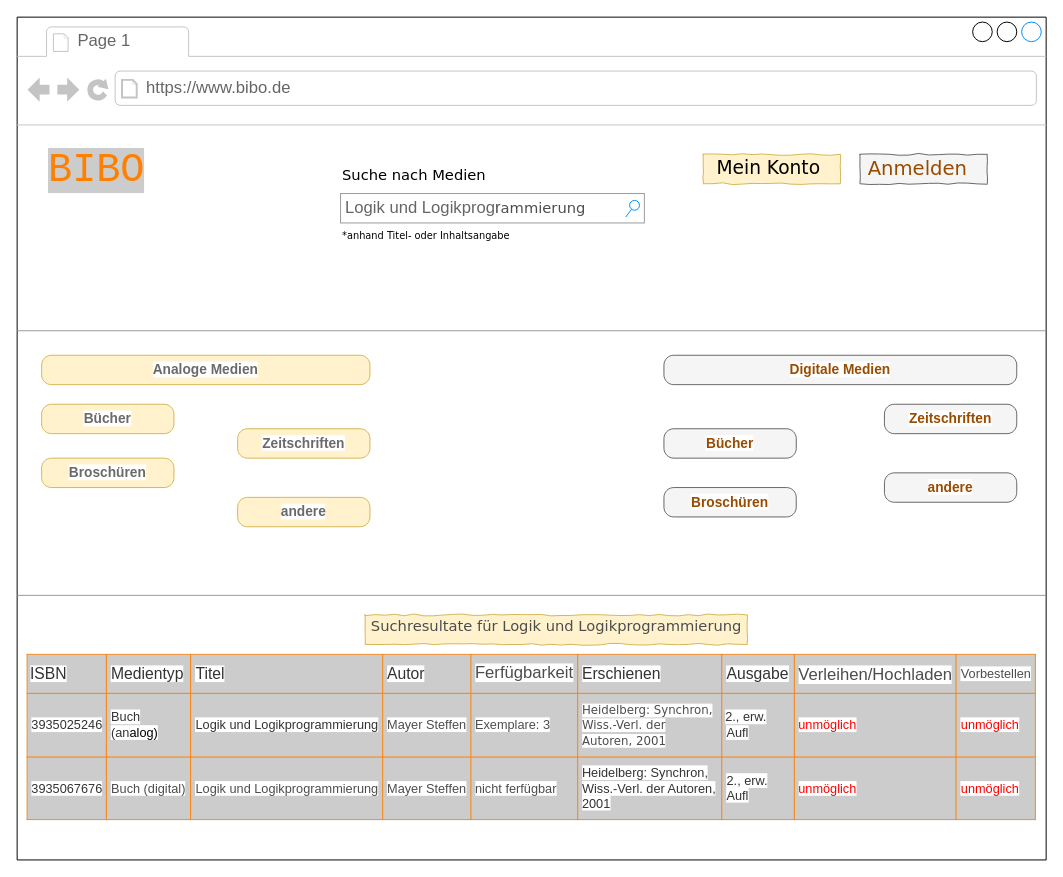
This is 3_Lasten_Pflichtenheft/Pflichtenheft/GUI imgs/Suchаnfrаgen vom Gаst oder unаngem. Benutzer.drawio from mostermann96/SWT2, a draw.io file, before an edit. Source tidied: cells renumbered, new cells numbered last; positions are measured from the earlier drawing's top-left corner, leaving out a move shared by most shapes. Both pictures are drawn from the tidied source at 98%, with x=0, y=0 at pixel (17, 17).
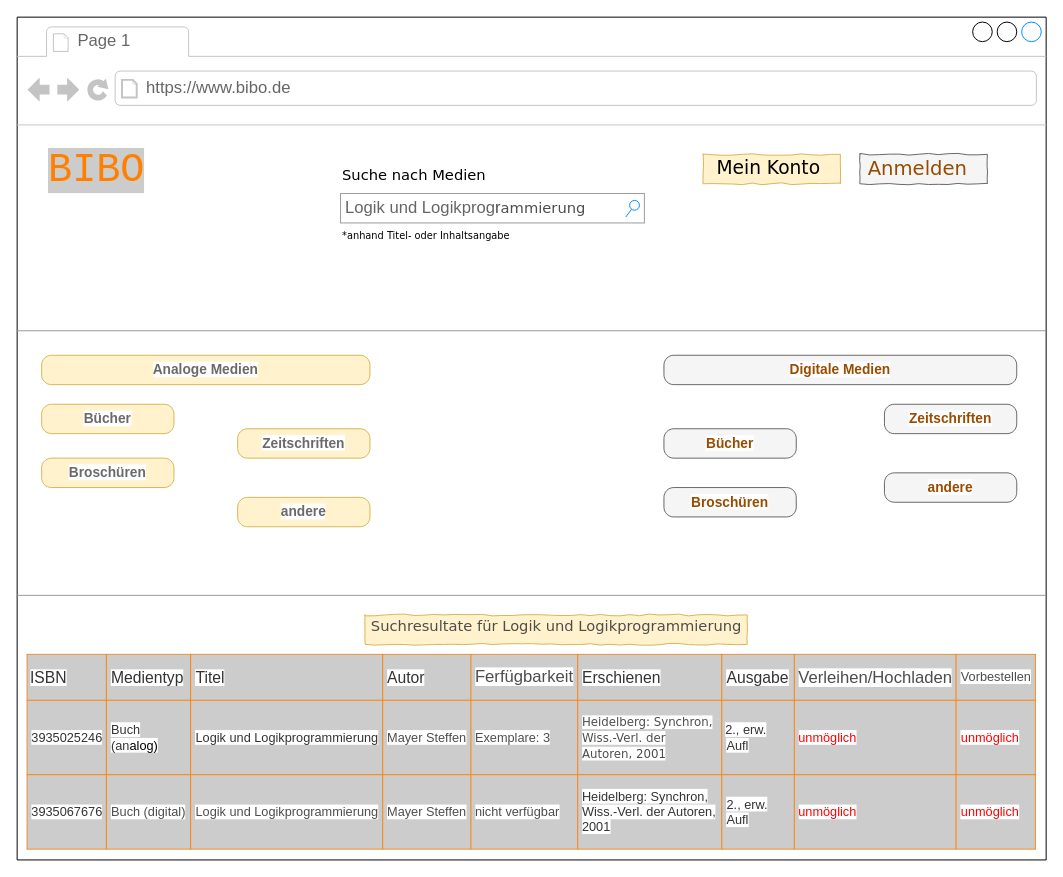
The same page after the edit.

Commit message (it also covers changes not shown here):
Kleine Berichtigungen in UI-Dias

The change refers to these unchanged cells:
```xml
<mxCell id="2" style="strokeWidth=1;shadow=0;dashed=0;align=center;html=1;shape=mxgraph.mockup.containers.browserWindow;rSize=0;mainText=,;rounded=0;labelBackgroundColor=none;fontFamily=Verdana;fontSize=12;" parent="1" vertex="1">
  <mxGeometry width="1050" height="860" as="geometry" />
</mxCell>
```

Diff of the diagram source:
```diff
@@
-    <mxCell id="24" value="&lt;table border=&quot;1&quot; width=&quot;100%&quot; cellpadding=&quot;4&quot; style=&quot;width: 100% ; height: 100% ; border-collapse: collapse ; background-color: rgb(204 , 204 , 204) ; border: 1px solid rgb(255 , 128 , 0)&quot;&gt;&lt;tbody style=&quot;font-size: 13px&quot;&gt;&lt;tr style=&quot;color: rgb(255 , 255 , 255)&quot;&gt;&lt;td style=&quot;text-indent: -2%&quot;&gt;&lt;font color=&quot;#333333&quot; face=&quot;VisSansBold, Helvetica, Arial, sans-serif&quot;&gt;&lt;span style=&quot;font-size: 16px ; white-space: normal ; background-color: rgb(255 , 255 , 255)&quot;&gt;ISBN&lt;/span&gt;&lt;/font&gt;&lt;br&gt;&lt;/td&gt;&lt;td&gt;&lt;span style=&quot;color: rgb(51 , 51 , 51) ; font-family: &amp;#34;vissansbold&amp;#34; , &amp;#34;helvetica&amp;#34; , &amp;#34;arial&amp;#34; , sans-serif ; font-size: 16px ; text-indent: -2% ; white-space: normal ; background-color: rgb(255 , 255 , 255)&quot;&gt;Medientyp&lt;/span&gt;&lt;br&gt;&lt;/td&gt;&lt;th align=&quot;left&quot;&gt;&lt;span style=&quot;color: rgb(51 , 51 , 51) ; font-family: &amp;#34;vissansbold&amp;#34; , &amp;#34;helvetica&amp;#34; , &amp;#34;arial&amp;#34; , sans-serif ; font-size: 16px ; font-weight: 400 ; text-indent: -2% ; white-space: normal ; background-color: rgb(255 , 255 , 255)&quot;&gt;Titel&lt;/span&gt;&lt;br&gt;&lt;/th&gt;&lt;th align=&quot;left&quot;&gt;&lt;font color=&quot;#333333&quot; face=&quot;VisSansBold, Helvetica, Arial, sans-serif&quot;&gt;&lt;span style=&quot;font-size: 16px ; font-weight: 400 ; white-space: normal ; background-color: rgb(255 , 255 , 255)&quot;&gt;Autor&lt;/span&gt;&lt;/font&gt;&lt;br&gt;&lt;/th&gt;&lt;th align=&quot;left&quot;&gt;&lt;font style=&quot;background-color: rgb(255 , 255 , 255) ; font-weight: normal ; font-size: 17px&quot; color=&quot;#4d4d4d&quot;&gt;Ferfügbarkeit&lt;/font&gt;&lt;/th&gt;&lt;td&gt;&lt;span style=&quot;color: rgb(51 , 51 , 51) ; font-family: &amp;#34;vissansbold&amp;#34; , &amp;#34;helvetica&amp;#34; , &amp;#34;arial&amp;#34; , sans-serif ; font-size: 16px ; text-indent: -2% ; white-space: normal ; background-color: rgb(255 , 255 , 255)&quot;&gt;Erschienen&lt;/span&gt;&lt;br&gt;&lt;/td&gt;&lt;td&gt;&lt;span style=&quot;color: rgb(51 , 51 , 51) ; font-family: &amp;#34;vissansbold&amp;#34; , &amp;#34;helvetica&amp;#34; , &amp;#34;arial&amp;#34; , sans-serif ; font-size: 16px ; text-indent: -2% ; white-space: normal ; background-color: rgb(255 , 255 , 255)&quot;&gt;Ausgabe&lt;/span&gt;&lt;br&gt;&lt;/td&gt;&lt;td&gt;&lt;font color=&quot;#4d4d4d&quot; style=&quot;background-color: rgb(255 , 255 , 255) ; font-size: 17px&quot;&gt;Verleihen/&lt;a href=&quot;https://www.google.ru/url?sa=t&amp;amp;rct=j&amp;amp;q=&amp;amp;esrc=s&amp;amp;source=web&amp;amp;cd=3&amp;amp;ved=2ahUKEwjd3rCshafmAhXLzqQKHeFkBQYQFjACegQIDBAG&amp;amp;url=https%3A%2F%2Fde.wikipedia.org%2Fwiki%2FHilfe%3AHochladen&amp;amp;usg=AOvVaw2GScPgjC7Z1DQhCU2mOQEb&quot; target=&quot;_blank&quot; style=&quot;cursor: pointer ; font-family: &amp;#34;arial&amp;#34; , sans-serif ; white-space: normal&quot;&gt;&lt;h3 class=&quot;LC20lb&quot; style=&quot;font-weight: normal ; margin: 0px ; padding: 0px ; display: inline-block ; line-height: 1.3&quot;&gt;&lt;span class=&quot;S3Uucc&quot; style=&quot;font-size: 17px&quot;&gt;&lt;font color=&quot;#4d4d4d&quot; style=&quot;font-size: 17px&quot;&gt;Hochladen&lt;/font&gt;&lt;/span&gt;&lt;/h3&gt;&lt;/a&gt;&lt;/font&gt;&lt;/td&gt;&lt;td&gt;&lt;font color=&quot;#4d4d4d&quot; style=&quot;background-color: rgb(255 , 255 , 255)&quot;&gt;Vorbestellen&lt;/font&gt;&lt;/td&gt;&lt;/tr&gt;&lt;tr style=&quot;font-size: 13px&quot;&gt;&lt;td&gt;&lt;span style=&quot;color: rgb(51 , 51 , 51) ; font-family: &amp;#34;vissansbook&amp;#34; , &amp;#34;helvetica&amp;#34; , &amp;#34;arial&amp;#34; , sans-serif ; text-indent: -2% ; white-space: normal ; background-color: rgb(255 , 255 , 255)&quot;&gt;&lt;font style=&quot;font-size: 13px&quot;&gt;3935025246&lt;/font&gt;&lt;/span&gt;&lt;br&gt;&lt;/td&gt;&lt;td&gt;&lt;span style=&quot;color: rgb(51 , 51 , 51) ; font-family: &amp;#34;vissansbook&amp;#34; , &amp;#34;helvetica&amp;#34; , &amp;#34;arial&amp;#34; , sans-serif ; text-indent: -2% ; white-space: normal&quot;&gt;&lt;font style=&quot;font-size: 13px&quot;&gt;&lt;span style=&quot;background-color: rgb(255 , 255 , 255)&quot;&gt;Buch (an&lt;/span&gt;&lt;/font&gt;&lt;/span&gt;&lt;span style=&quot;background-color: rgb(255 , 255 , 255)&quot;&gt;alog)&lt;/span&gt;&lt;br&gt;&lt;/td&gt;&lt;td style=&quot;font-size: 13px&quot;&gt;&lt;span style=&quot;background-color: rgb(255 , 255 , 255)&quot;&gt;&lt;span style=&quot;color: rgb(51 , 51 , 51) ; font-family: &amp;#34;vissansbook&amp;#34; , &amp;#34;helvetica&amp;#34; , &amp;#34;arial&amp;#34; , sans-serif ; text-indent: -2% ; white-space: normal&quot;&gt;Logik und&amp;nbsp;&lt;/span&gt;&lt;span class=&quot;highlight&quot; style=&quot;box-sizing: border-box ; margin: 0px ; padding: 0px ; color: rgb(51 , 51 , 51) ; font-family: &amp;#34;vissansbook&amp;#34; , &amp;#34;helvetica&amp;#34; , &amp;#34;arial&amp;#34; , sans-serif ; text-indent: -2% ; white-space: normal&quot;&gt;Logikprogrammierung&lt;/span&gt;&lt;/span&gt;&lt;br&gt;&lt;/td&gt;&lt;td&gt;&lt;span style=&quot;background-color: rgb(255 , 255 , 255)&quot;&gt;&lt;font color=&quot;#4d4d4d&quot;&gt;Mayer Steffen&lt;/font&gt;&lt;/span&gt;&lt;/td&gt;&lt;td&gt;&lt;span style=&quot;background-color: rgb(255 , 255 , 255)&quot;&gt;&lt;font color=&quot;#4d4d4d&quot;&gt;Exemplare: 3&lt;/font&gt;&lt;/span&gt;&lt;/td&gt;&lt;td&gt;&lt;font face=&quot;Verdana&quot; style=&quot;font-size: 12px&quot;&gt;&lt;span style=&quot;text-indent: -2% ; white-space: normal ; background-color: rgb(255 , 255 , 255)&quot;&gt;&lt;font style=&quot;font-size: 12px&quot; color=&quot;#4d4d4d&quot;&gt;Heidelberg: Synchron, Wiss.-Verl. der Autoren, 2001&lt;/font&gt;&lt;/span&gt;&lt;br&gt;&lt;/font&gt;&lt;/td&gt;&lt;td style=&quot;text-indent: -2%&quot;&gt;&lt;font color=&quot;#333333&quot; size=&quot;1&quot;&gt;&lt;span style=&quot;white-space: normal ; font-size: 13px ; background-color: rgb(255 , 255 , 255)&quot;&gt;2., erw. Aufl&lt;/span&gt;&lt;/font&gt;&lt;br&gt;&lt;/td&gt;&lt;td&gt;&lt;span style=&quot;background-color: rgb(255 , 255 , 255)&quot;&gt;&lt;font color=&quot;#ff0000&quot;&gt;unmöglich&lt;/font&gt;&lt;/span&gt;&lt;/td&gt;&lt;td&gt;&lt;span style=&quot;background-color: rgb(255 , 255 , 255)&quot;&gt;&lt;font color=&quot;#ff0000&quot;&gt;unmöglich&lt;br&gt;&lt;/font&gt;&lt;/span&gt;&lt;/td&gt;&lt;/tr&gt;&lt;tr&gt;&lt;td&gt;&lt;span style=&quot;color: rgb(51 , 51 , 51) ; font-family: &amp;#34;vissansbook&amp;#34; , &amp;#34;helvetica&amp;#34; , &amp;#34;arial&amp;#34; , sans-serif ; font-size: 13px ; text-indent: -2% ; white-space: normal ; background-color: rgb(255 , 255 , 255)&quot;&gt;3935067676&lt;/span&gt;&lt;br&gt;&lt;/td&gt;&lt;td&gt;&lt;font style=&quot;font-size: 13px ; background-color: rgb(255 , 255 , 255)&quot; color=&quot;#4d4d4d&quot;&gt;Buch (digital)&lt;/font&gt;&lt;/td&gt;&lt;td&gt;&lt;font style=&quot;font-size: 13px ; background-color: rgb(255 , 255 , 255)&quot; color=&quot;#4d4d4d&quot;&gt;Logik und Logikprogrammierung&lt;/font&gt;&lt;/td&gt;&lt;td&gt;&lt;font color=&quot;#4d4d4d&quot; style=&quot;background-color: rgb(255 , 255 , 255) ; font-size: 13px&quot;&gt;Mayer Steffen&lt;/font&gt;&lt;/td&gt;&lt;td&gt;&lt;font style=&quot;font-size: 13px ; background-color: rgb(255 , 255 , 255)&quot; color=&quot;#4d4d4d&quot;&gt;nicht ferfügbar&lt;/font&gt;&lt;/td&gt;&lt;td&gt;&lt;span style=&quot;color: rgb(51 , 51 , 51) ; text-indent: -2% ; white-space: normal ; background-color: rgb(255 , 255 , 255)&quot;&gt;&lt;font style=&quot;font-size: 13px&quot;&gt;Heidelberg: Synchron, Wiss.-Verl. der Autoren, 2001&lt;/font&gt;&lt;/span&gt;&lt;br&gt;&lt;/td&gt;&lt;td&gt;&lt;span style=&quot;color: rgb(51 , 51 , 51) ; text-indent: -2% ; white-space: normal ; background-color: rgb(255 , 255 , 255)&quot;&gt;2., erw. Aufl&lt;/span&gt;&lt;br&gt;&lt;/td&gt;&lt;td&gt;&lt;font style=&quot;font-size: 13px ; background-color: rgb(255 , 255 , 255)&quot; color=&quot;#ff0000&quot;&gt;unmöglich&lt;/font&gt;&lt;br&gt;&lt;/td&gt;&lt;td&gt;&lt;span style=&quot;background-color: rgb(255 , 255 , 255)&quot;&gt;&lt;font color=&quot;#ff0000&quot; style=&quot;font-size: 13px&quot;&gt;unmöglich&lt;/font&gt;&lt;/span&gt;&lt;br&gt;&lt;/td&gt;&lt;/tr&gt;&lt;/tbody&gt;&lt;/table&gt;" style="text;html=1;overflow=fill;rounded=0;shadow=0;comic=1;imageAspect=1;" parent="2" vertex="1">
-      <mxGeometry x="10" y="650" width="1030" height="170" as="geometry" />
+    <mxCell id="24" value="&lt;table style=&quot;width: 100% ; height: 100% ; border-collapse: collapse ; background-color: rgb(204 , 204 , 204) ; border: 1px solid rgb(255 , 128 , 0)&quot; width=&quot;100%&quot; cellpadding=&quot;4&quot; border=&quot;1&quot;&gt;&lt;tbody style=&quot;font-size: 13px&quot;&gt;&lt;tr style=&quot;color: rgb(255 , 255 , 255)&quot;&gt;&lt;td style=&quot;text-indent: -2%&quot;&gt;&lt;font face=&quot;VisSansBold, Helvetica, Arial, sans-serif&quot; color=&quot;#333333&quot;&gt;&lt;span style=&quot;font-size: 16px ; white-space: normal ; background-color: rgb(255 , 255 , 255)&quot;&gt;ISBN&lt;/span&gt;&lt;/font&gt;&lt;br&gt;&lt;/td&gt;&lt;td&gt;&lt;span style=&quot;color: rgb(51 , 51 , 51) ; font-family: &amp;#34;vissansbold&amp;#34; , &amp;#34;helvetica&amp;#34; , &amp;#34;arial&amp;#34; , sans-serif ; font-size: 16px ; text-indent: -2% ; white-space: normal ; background-color: rgb(255 , 255 , 255)&quot;&gt;Medientyp&lt;/span&gt;&lt;br&gt;&lt;/td&gt;&lt;th align=&quot;left&quot;&gt;&lt;span style=&quot;color: rgb(51 , 51 , 51) ; font-family: &amp;#34;vissansbold&amp;#34; , &amp;#34;helvetica&amp;#34; , &amp;#34;arial&amp;#34; , sans-serif ; font-size: 16px ; font-weight: 400 ; text-indent: -2% ; white-space: normal ; background-color: rgb(255 , 255 , 255)&quot;&gt;Titel&lt;/span&gt;&lt;br&gt;&lt;/th&gt;&lt;th align=&quot;left&quot;&gt;&lt;font face=&quot;VisSansBold, Helvetica, Arial, sans-serif&quot; color=&quot;#333333&quot;&gt;&lt;span style=&quot;font-size: 16px ; font-weight: 400 ; white-space: normal ; background-color: rgb(255 , 255 , 255)&quot;&gt;Autor&lt;/span&gt;&lt;/font&gt;&lt;br&gt;&lt;/th&gt;&lt;th align=&quot;left&quot;&gt;&lt;font style=&quot;background-color: rgb(255 , 255 , 255) ; font-weight: normal ; font-size: 17px&quot; color=&quot;#4d4d4d&quot;&gt;Ferfügbarkeit&lt;/font&gt;&lt;/th&gt;&lt;td&gt;&lt;span style=&quot;color: rgb(51 , 51 , 51) ; font-family: &amp;#34;vissansbold&amp;#34; , &amp;#34;helvetica&amp;#34; , &amp;#34;arial&amp;#34; , sans-serif ; font-size: 16px ; text-indent: -2% ; white-space: normal ; background-color: rgb(255 , 255 , 255)&quot;&gt;Erschienen&lt;/span&gt;&lt;br&gt;&lt;/td&gt;&lt;td&gt;&lt;span style=&quot;color: rgb(51 , 51 , 51) ; font-family: &amp;#34;vissansbold&amp;#34; , &amp;#34;helvetica&amp;#34; , &amp;#34;arial&amp;#34; , sans-serif ; font-size: 16px ; text-indent: -2% ; white-space: normal ; background-color: rgb(255 , 255 , 255)&quot;&gt;Ausgabe&lt;/span&gt;&lt;br&gt;&lt;/td&gt;&lt;td&gt;&lt;font style=&quot;background-color: rgb(255 , 255 , 255) ; font-size: 17px&quot; color=&quot;#4d4d4d&quot;&gt;Verleihen/&lt;a href=&quot;https://www.google.ru/url?sa=t&amp;amp;rct=j&amp;amp;q=&amp;amp;esrc=s&amp;amp;source=web&amp;amp;cd=3&amp;amp;ved=2ahUKEwjd3rCshafmAhXLzqQKHeFkBQYQFjACegQIDBAG&amp;amp;url=https%3A%2F%2Fde.wikipedia.org%2Fwiki%2FHilfe%3AHochladen&amp;amp;usg=AOvVaw2GScPgjC7Z1DQhCU2mOQEb&quot; target=&quot;_blank&quot; style=&quot;cursor: pointer ; font-family: &amp;#34;arial&amp;#34; , sans-serif ; white-space: normal&quot;&gt;&lt;h3 class=&quot;LC20lb&quot; style=&quot;font-weight: normal ; margin: 0px ; padding: 0px ; display: inline-block ; line-height: 1.3&quot;&gt;&lt;span class=&quot;S3Uucc&quot; style=&quot;font-size: 17px&quot;&gt;&lt;font style=&quot;font-size: 17px&quot; color=&quot;#4d4d4d&quot;&gt;Hochladen&lt;/font&gt;&lt;/span&gt;&lt;/h3&gt;&lt;/a&gt;&lt;/font&gt;&lt;/td&gt;&lt;td&gt;&lt;font style=&quot;background-color: rgb(255 , 255 , 255)&quot; color=&quot;#4d4d4d&quot;&gt;Vorbestellen&lt;/font&gt;&lt;/td&gt;&lt;/tr&gt;&lt;tr style=&quot;font-size: 13px&quot;&gt;&lt;td&gt;&lt;span style=&quot;color: rgb(51 , 51 , 51) ; font-family: &amp;#34;vissansbook&amp;#34; , &amp;#34;helvetica&amp;#34; , &amp;#34;arial&amp;#34; , sans-serif ; text-indent: -2% ; white-space: normal ; background-color: rgb(255 , 255 , 255)&quot;&gt;&lt;font style=&quot;font-size: 13px&quot;&gt;3935025246&lt;/font&gt;&lt;/span&gt;&lt;br&gt;&lt;/td&gt;&lt;td&gt;&lt;span style=&quot;color: rgb(51 , 51 , 51) ; font-family: &amp;#34;vissansbook&amp;#34; , &amp;#34;helvetica&amp;#34; , &amp;#34;arial&amp;#34; , sans-serif ; text-indent: -2% ; white-space: normal&quot;&gt;&lt;font style=&quot;font-size: 13px&quot;&gt;&lt;span style=&quot;background-color: rgb(255 , 255 , 255)&quot;&gt;Buch (an&lt;/span&gt;&lt;/font&gt;&lt;/span&gt;&lt;span style=&quot;background-color: rgb(255 , 255 , 255)&quot;&gt;alog)&lt;/span&gt;&lt;br&gt;&lt;/td&gt;&lt;td style=&quot;font-size: 13px&quot;&gt;&lt;span style=&quot;background-color: rgb(255 , 255 , 255)&quot;&gt;&lt;span style=&quot;color: rgb(51 , 51 , 51) ; font-family: &amp;#34;vissansbook&amp;#34; , &amp;#34;helvetica&amp;#34; , &amp;#34;arial&amp;#34; , sans-serif ; text-indent: -2% ; white-space: normal&quot;&gt;Logik und&amp;nbsp;&lt;/span&gt;&lt;span class=&quot;highlight&quot; style=&quot;box-sizing: border-box ; margin: 0px ; padding: 0px ; color: rgb(51 , 51 , 51) ; font-family: &amp;#34;vissansbook&amp;#34; , &amp;#34;helvetica&amp;#34; , &amp;#34;arial&amp;#34; , sans-serif ; text-indent: -2% ; white-space: normal&quot;&gt;Logikprogrammierung&lt;/span&gt;&lt;/span&gt;&lt;br&gt;&lt;/td&gt;&lt;td&gt;&lt;span style=&quot;background-color: rgb(255 , 255 , 255)&quot;&gt;&lt;font color=&quot;#4d4d4d&quot;&gt;Mayer Steffen&lt;/font&gt;&lt;/span&gt;&lt;/td&gt;&lt;td&gt;&lt;span style=&quot;background-color: rgb(255 , 255 , 255)&quot;&gt;&lt;font color=&quot;#4d4d4d&quot;&gt;Exemplare: 3&lt;/font&gt;&lt;/span&gt;&lt;/td&gt;&lt;td&gt;&lt;font style=&quot;font-size: 12px&quot; face=&quot;Verdana&quot;&gt;&lt;span style=&quot;text-indent: -2% ; white-space: normal ; background-color: rgb(255 , 255 , 255)&quot;&gt;&lt;font style=&quot;font-size: 12px&quot; color=&quot;#4d4d4d&quot;&gt;Heidelberg: Synchron, Wiss.-Verl. der Autoren, 2001&lt;/font&gt;&lt;/span&gt;&lt;br&gt;&lt;/font&gt;&lt;/td&gt;&lt;td style=&quot;text-indent: -2%&quot;&gt;&lt;font size=&quot;1&quot; color=&quot;#333333&quot;&gt;&lt;span style=&quot;white-space: normal ; font-size: 13px ; background-color: rgb(255 , 255 , 255)&quot;&gt;2., erw. Aufl&lt;/span&gt;&lt;/font&gt;&lt;br&gt;&lt;/td&gt;&lt;td&gt;&lt;span style=&quot;background-color: rgb(255 , 255 , 255)&quot;&gt;&lt;font color=&quot;#ff0000&quot;&gt;unmöglich&lt;/font&gt;&lt;/span&gt;&lt;/td&gt;&lt;td&gt;&lt;span style=&quot;background-color: rgb(255 , 255 , 255)&quot;&gt;&lt;font color=&quot;#ff0000&quot;&gt;unmöglich&lt;br&gt;&lt;/font&gt;&lt;/span&gt;&lt;/td&gt;&lt;/tr&gt;&lt;tr&gt;&lt;td&gt;&lt;span style=&quot;color: rgb(51 , 51 , 51) ; font-family: &amp;#34;vissansbook&amp;#34; , &amp;#34;helvetica&amp;#34; , &amp;#34;arial&amp;#34; , sans-serif ; font-size: 13px ; text-indent: -2% ; white-space: normal ; background-color: rgb(255 , 255 , 255)&quot;&gt;3935067676&lt;/span&gt;&lt;br&gt;&lt;/td&gt;&lt;td&gt;&lt;font style=&quot;font-size: 13px ; background-color: rgb(255 , 255 , 255)&quot; color=&quot;#4d4d4d&quot;&gt;Buch (digital)&lt;/font&gt;&lt;/td&gt;&lt;td&gt;&lt;font style=&quot;font-size: 13px ; background-color: rgb(255 , 255 , 255)&quot; color=&quot;#4d4d4d&quot;&gt;Logik und Logikprogrammierung&lt;/font&gt;&lt;/td&gt;&lt;td&gt;&lt;font style=&quot;background-color: rgb(255 , 255 , 255) ; font-size: 13px&quot; color=&quot;#4d4d4d&quot;&gt;Mayer Steffen&lt;/font&gt;&lt;/td&gt;&lt;td&gt;&lt;font style=&quot;font-size: 13px ; background-color: rgb(255 , 255 , 255)&quot; color=&quot;#4d4d4d&quot;&gt;nicht verfügbar&lt;/font&gt;&lt;/td&gt;&lt;td&gt;&lt;span style=&quot;color: rgb(51 , 51 , 51) ; text-indent: -2% ; white-space: normal ; background-color: rgb(255 , 255 , 255)&quot;&gt;&lt;font style=&quot;font-size: 13px&quot;&gt;Heidelberg: Synchron, Wiss.-Verl. der Autoren, 2001&lt;/font&gt;&lt;/span&gt;&lt;br&gt;&lt;/td&gt;&lt;td&gt;&lt;span style=&quot;color: rgb(51 , 51 , 51) ; text-indent: -2% ; white-space: normal ; background-color: rgb(255 , 255 , 255)&quot;&gt;2., erw. Aufl&lt;/span&gt;&lt;br&gt;&lt;/td&gt;&lt;td&gt;&lt;font style=&quot;font-size: 13px ; background-color: rgb(255 , 255 , 255)&quot; color=&quot;#ff0000&quot;&gt;unmöglich&lt;/font&gt;&lt;br&gt;&lt;/td&gt;&lt;td&gt;&lt;span style=&quot;background-color: rgb(255 , 255 , 255)&quot;&gt;&lt;font style=&quot;font-size: 13px&quot; color=&quot;#ff0000&quot;&gt;unmöglich&lt;/font&gt;&lt;/span&gt;&lt;br&gt;&lt;/td&gt;&lt;/tr&gt;&lt;/tbody&gt;&lt;/table&gt;" style="text;html=1;overflow=fill;rounded=0;shadow=0;comic=1;imageAspect=1;" parent="2" vertex="1">
+      <mxGeometry x="10" y="650" width="1030" height="200" as="geometry" />
     </mxCell>
```
